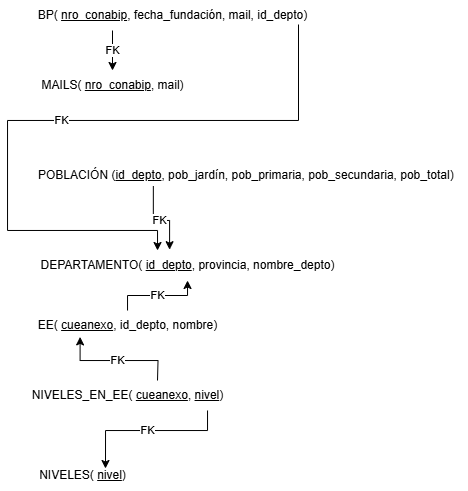
Before: MODELO_REL_FINAL.png, a diagram exported from draw.io (alessialima/TP-LABO-DE-DATOS-). Source tidied: cells renumbered, new cells last; positions are measured from the earlier drawing's top-left corner, leaving out a move shared by most shapes.
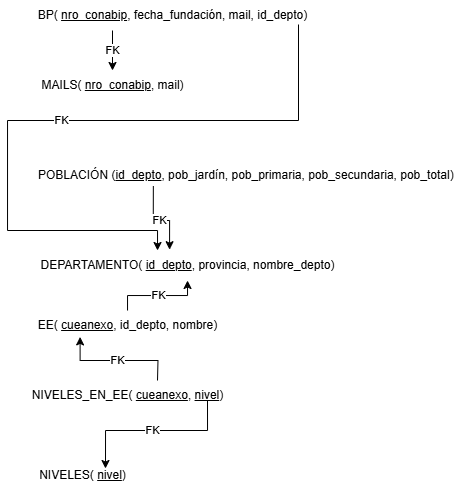
The same diagram one commit later.

Change to the diagram source:
```diff
@@ -51,8 +51,9 @@
     <mxCell id="13" value="NIVELES_EN_EE( &lt;u&gt;cueanexo&lt;/u&gt;, &lt;u&gt;nivel&lt;/u&gt;)" style="text;html=1;align=center;verticalAlign=middle;points=[];strokeColor=none;fillColor=none;" parent="1" vertex="1">
       <mxGeometry x="15" y="380" width="210" height="30" as="geometry" />
     </mxCell>
-    <mxCell id="14" style="endArrow=classic;html=1;rounded=0;edgeStyle=orthogonalEdgeStyle;entryX=0.709;entryY=0.267;entryDx=0;entryDy=0;entryPerimeter=0;" parent="1" edge="1" source="13" target="6">
+    <mxCell id="14" style="endArrow=classic;html=1;rounded=0;edgeStyle=orthogonalEdgeStyle;entryX=0.709;entryY=0.267;entryDx=0;entryDy=0;entryPerimeter=0;" parent="1" edge="1" target="6">
       <mxGeometry relative="1" as="geometry">
+        <mxPoint x="200" y="400" as="sourcePoint" />
         <Array as="points">
           <mxPoint x="200" y="430" />
           <mxPoint x="98" y="430" />
```
